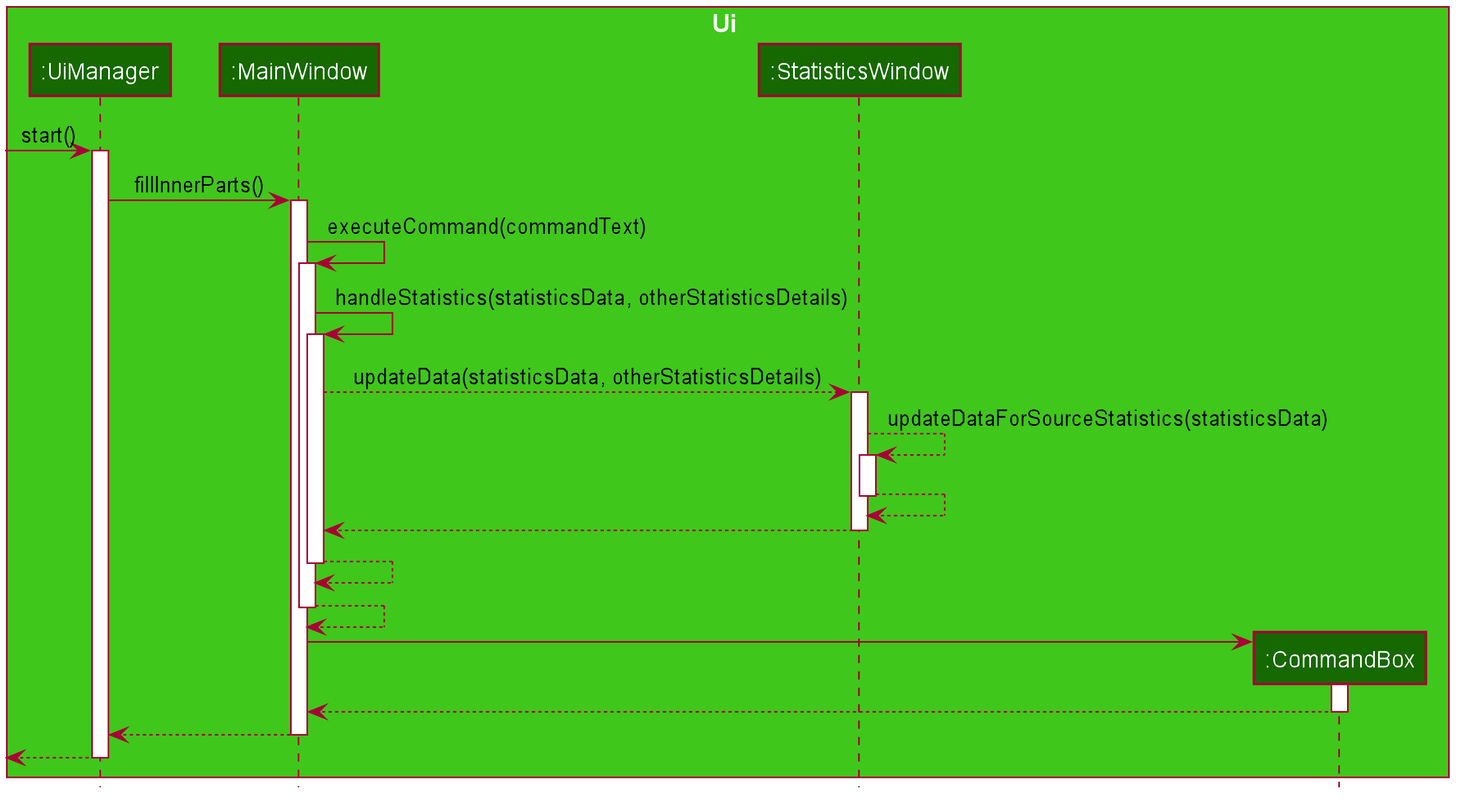
Earlier version of the PlantUML export docs/images/StatisticsCommandSequenceDiagramUiExample1.png (nus-cs2103-AY2021S1/tp).
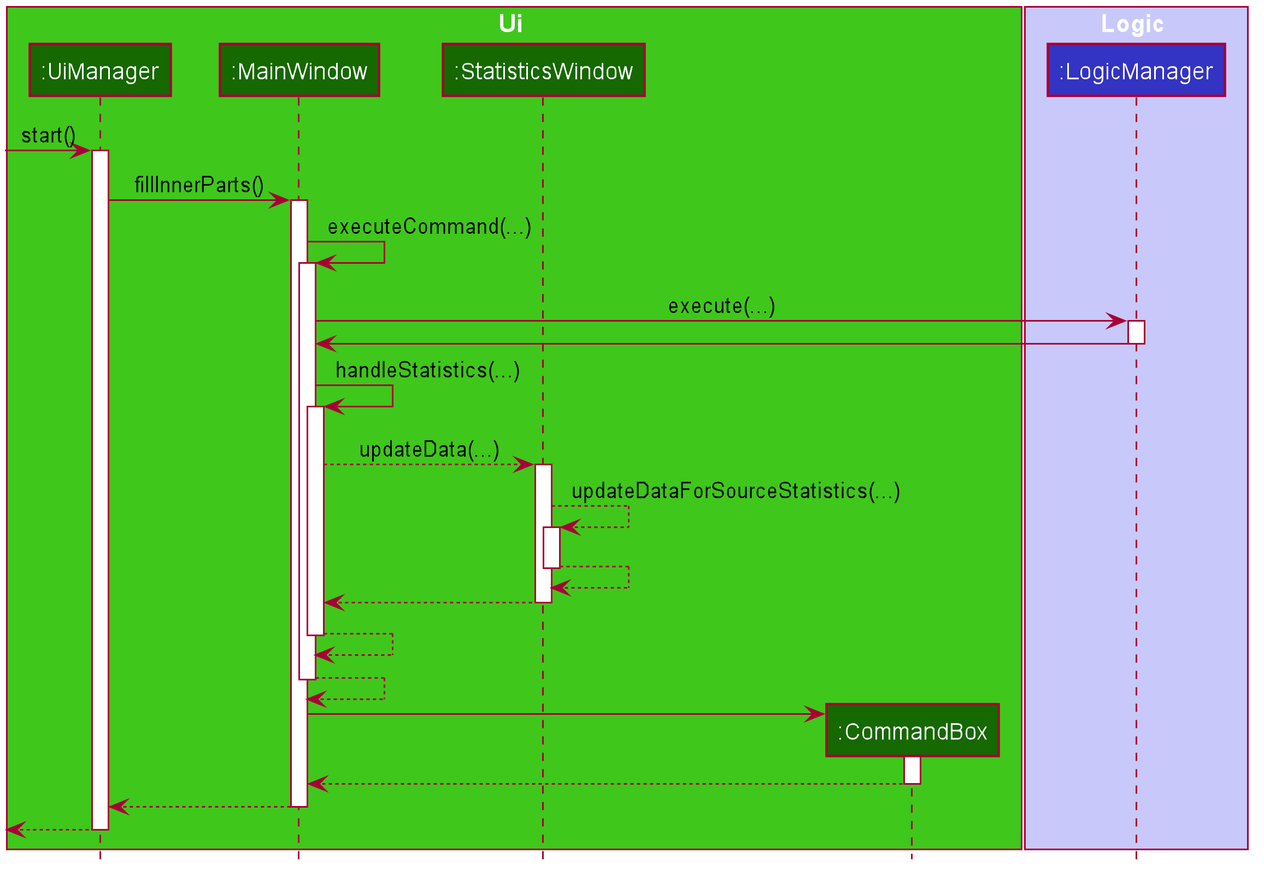
Later version of the same file.

Change to the diagram source:
```diff
@@ -55,6 +55,9 @@
 participant ":CommandBox" as CommandBox #166800
 end box
 
+box Logic #C8C8FA
+participant ":LogicManager" as LogicManager #3333C4
+end box
 
 [-> UiManager : start()
 activate UiManager
@@ -62,16 +65,22 @@
 UiManager -> MainWindow : fillInnerParts()
 activate MainWindow
 
-MainWindow -> MainWindow : executeCommand(commandText)
+MainWindow -> MainWindow : executeCommand(...)
 activate MainWindow
 
-MainWindow -> MainWindow : handleStatistics(statisticsData, otherStatisticsDetails)
+MainWindow -> LogicManager : execute(...)
+activate LogicManager
+
+LogicManager -> MainWindow
+deactivate LogicManager
+
+MainWindow -> MainWindow : handleStatistics(...)
 activate MainWindow
 
-MainWindow --> StatisticsWindow : updateData(statisticsData, otherStatisticsDetails)
+MainWindow --> StatisticsWindow : updateData(...)
 activate StatisticsWindow
 
-StatisticsWindow --> StatisticsWindow : updateDataForSourceStatistics(statisticsData)
+StatisticsWindow --> StatisticsWindow : updateDataForSourceStatistics(...)
 activate StatisticsWindow
 
 StatisticsWindow --> StatisticsWindow
```
